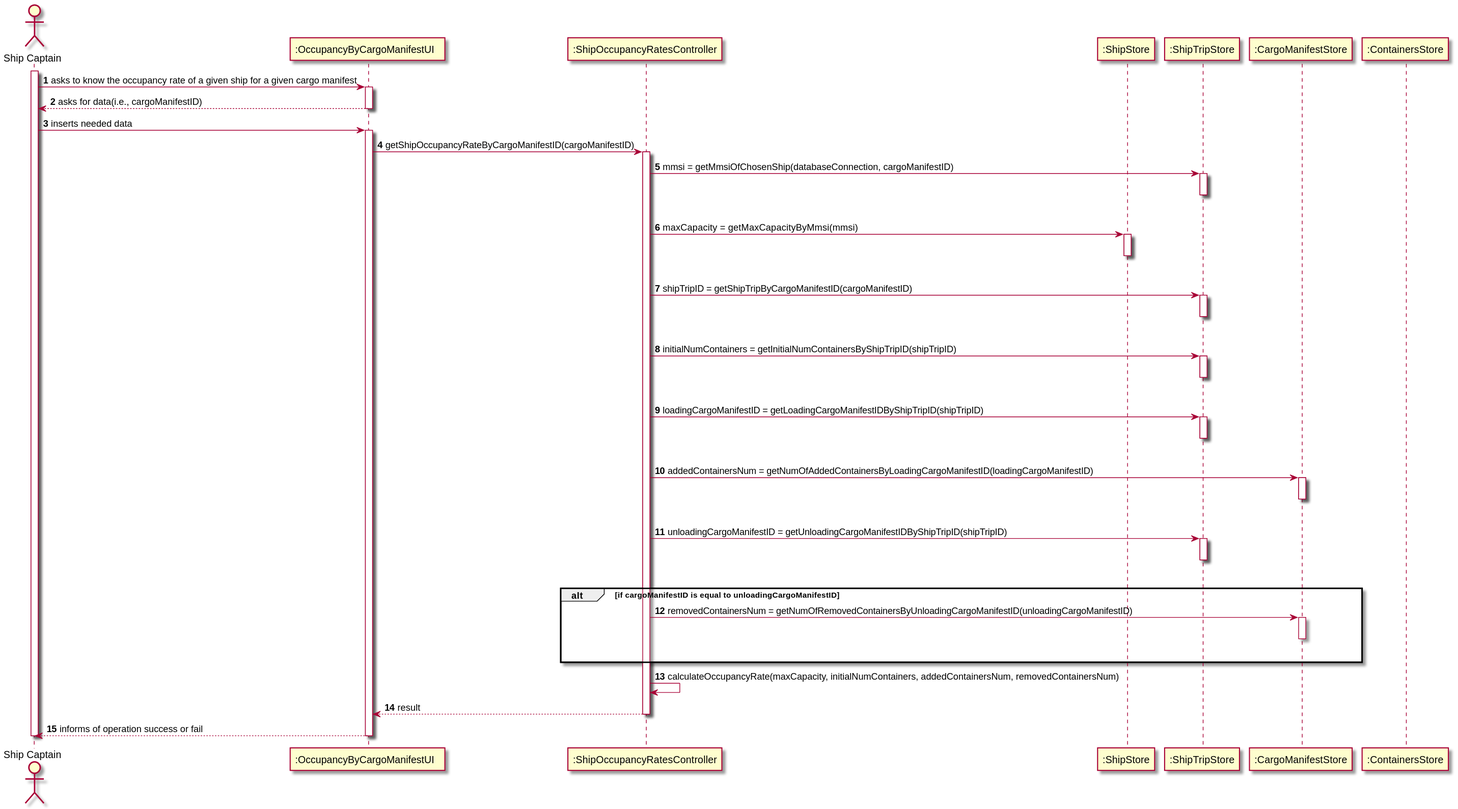
ana-albergaria/LAPR3-ISEP keeps this PlantUML diagram as docs/US208/US_208_SD.svg. Above is the earlier version.
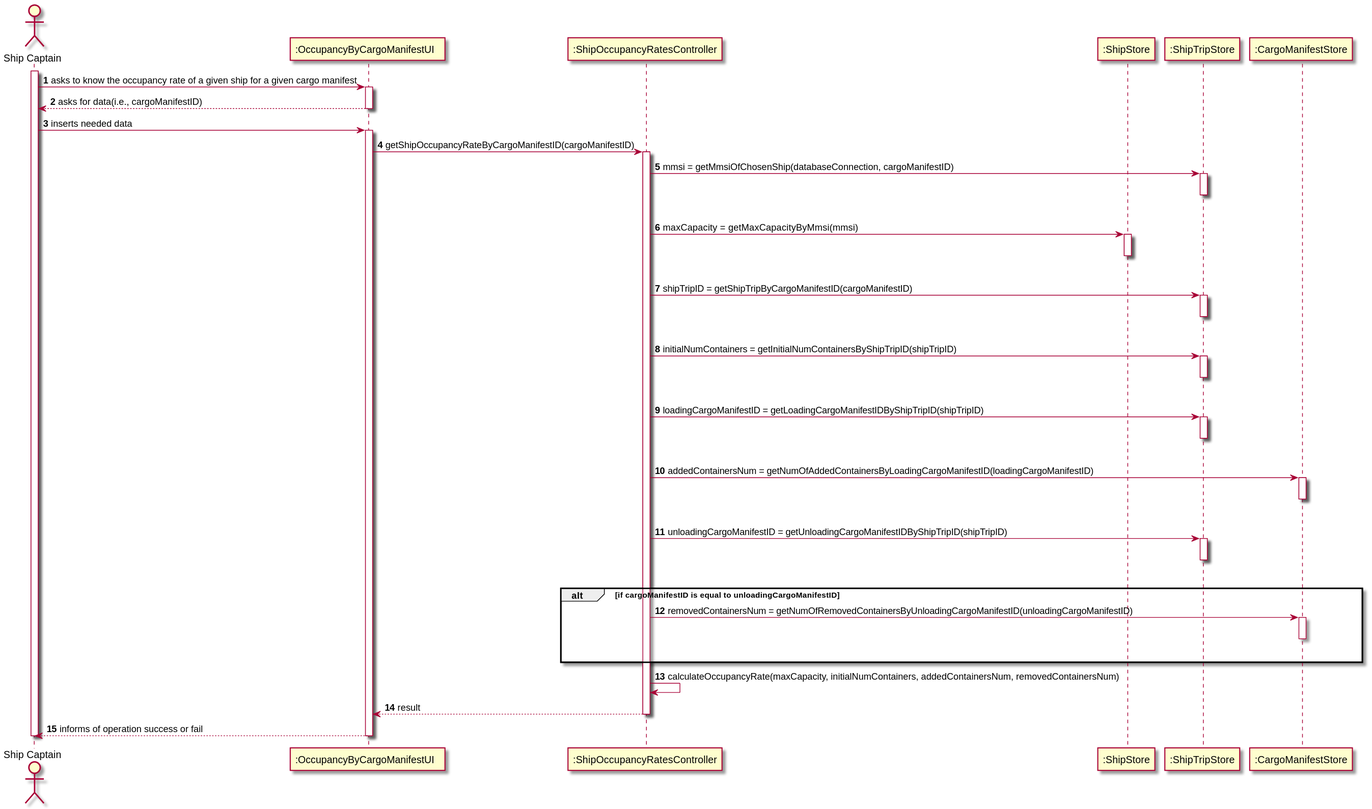
The same diagram one commit later.

Diff of the diagram source:
```diff
@@ -6,7 +6,6 @@
 participant ":ShipStore" as SS
 participant ":ShipTripStore" as STS
 participant ":CargoManifestStore" as CMS
-participant ":ContainersStore" as CS
 
 activate SC
 SC -> UI : asks to know the occupancy rate of a given ship for a given cargo manifest
```
